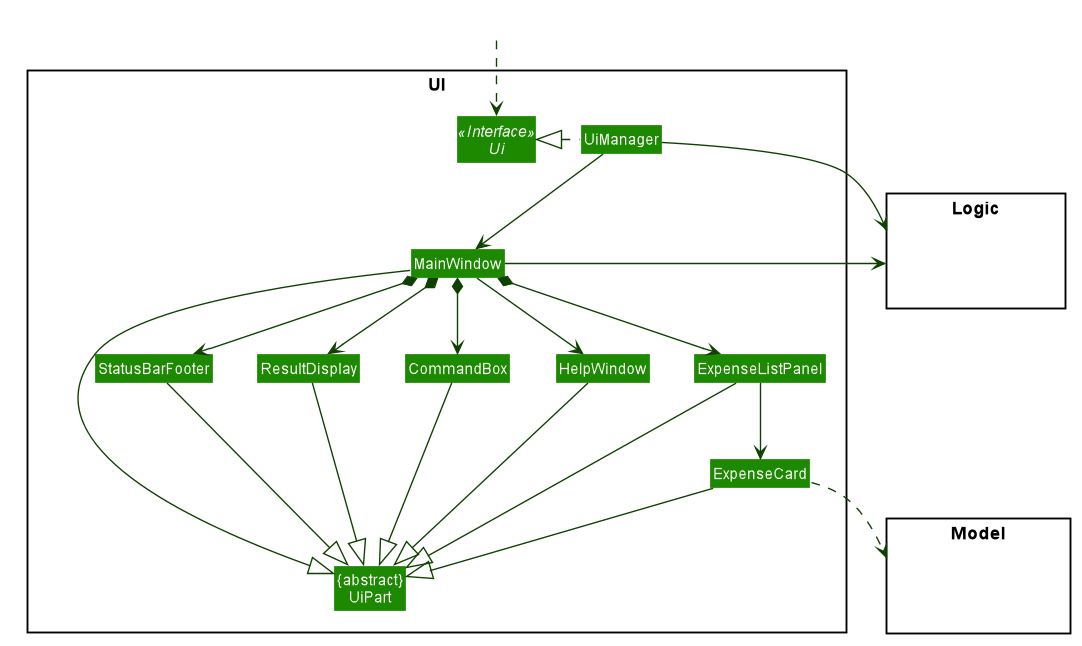
AY1920S1-CS2103-T14-4/main keeps this PlantUML diagram as images/UiClassDiagram.png. Above is the earlier version.
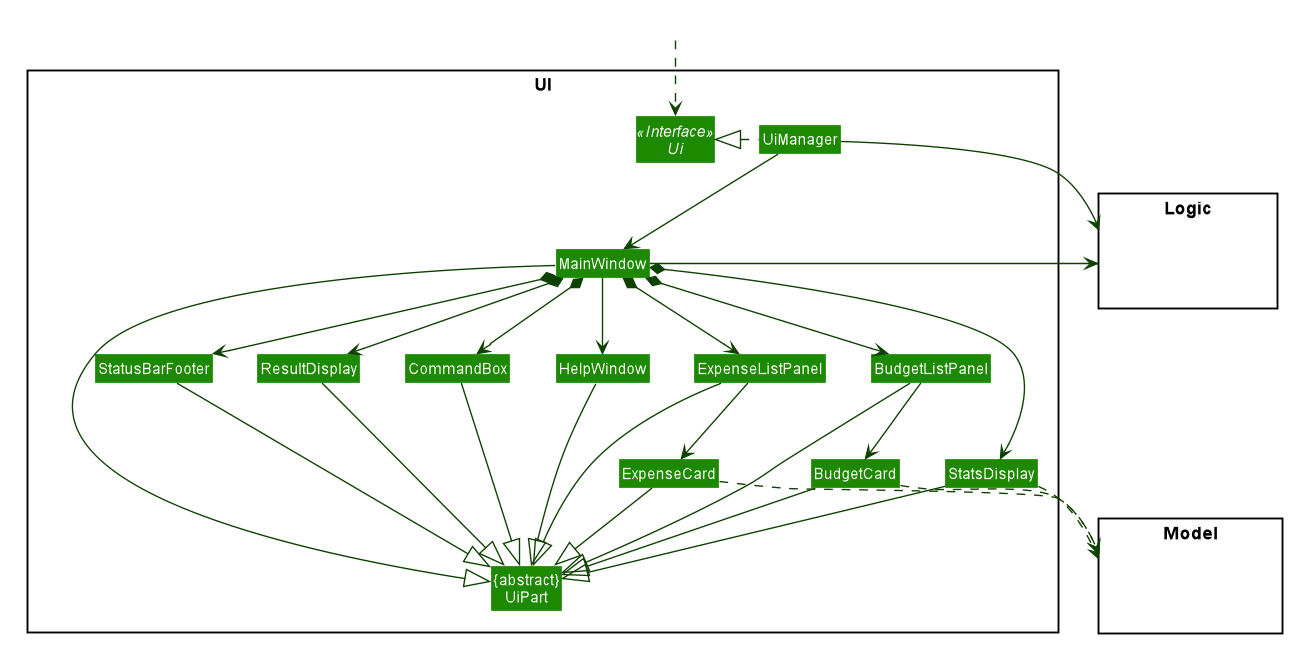
After the change.

What changed in the source:
```diff
@@ -59,6 +59,9 @@
 Class HelpWindow
 Class ResultDisplay
 Class ExpenseListPanel
+Class BudgetListPanel
+Class BudgetCard
+Class StatsDisplay
 Class ExpenseCard
 Class StatusBarFooter
 Class CommandBox
@@ -81,20 +84,28 @@
 MainWindow *-down-> CommandBox
 MainWindow *-down-> ResultDisplay
 MainWindow *-down-> ExpenseListPanel
+MainWindow *-down-> BudgetListPanel
+MainWindow *-down-> StatsDisplay
 MainWindow *-down-> StatusBarFooter
 
 ExpenseListPanel -down-> ExpenseCard
+BudgetListPanel -down-> BudgetCard
 
 MainWindow -left-|> UiPart
 
 ResultDisplay --|> UiPart
 CommandBox --|> UiPart
 ExpenseListPanel --|> UiPart
+BudgetListPanel --|> UiPart
+StatsDisplay --|> UiPart
 ExpenseCard --|> UiPart
+BudgetCard --|> UiPart
 StatusBarFooter --|> UiPart
 HelpWindow -down-|> UiPart
 
 ExpenseCard ..> Model
+BudgetCard ..> Model
+StatsDisplay ..> Model
 UiManager -right-> Logic
 MainWindow -left-> Logic
 
```
